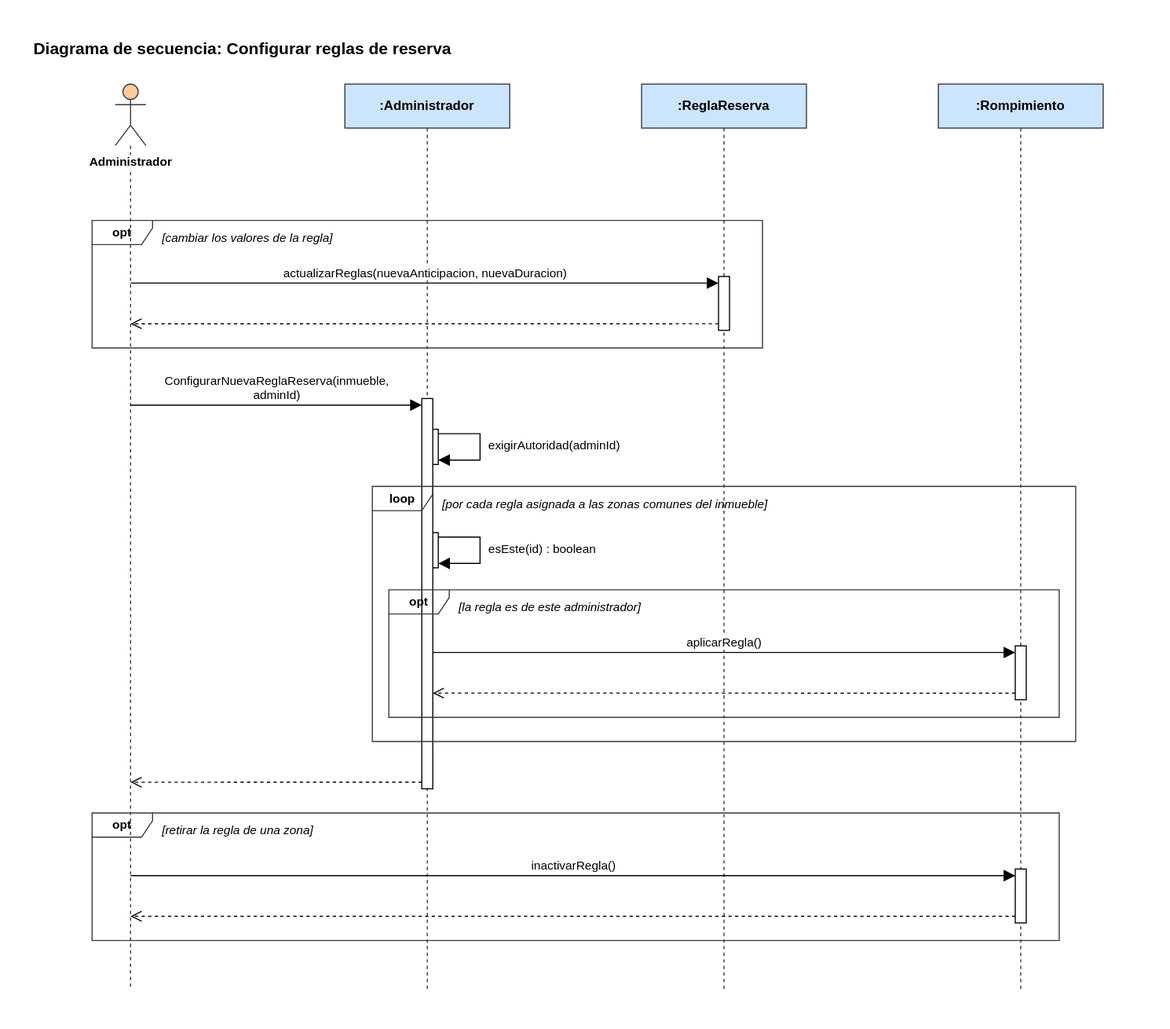
This is Diagramas/Secuencia/configurar-reglas-de-reserva.svg from manuel20051208/HorizontalSoftware-Back-End, a draw.io export, as it was before one commit. Source tidied: cells renumbered, new cells last; positions are measured from the earlier drawing's top-left corner, leaving out a move shared by most shapes.
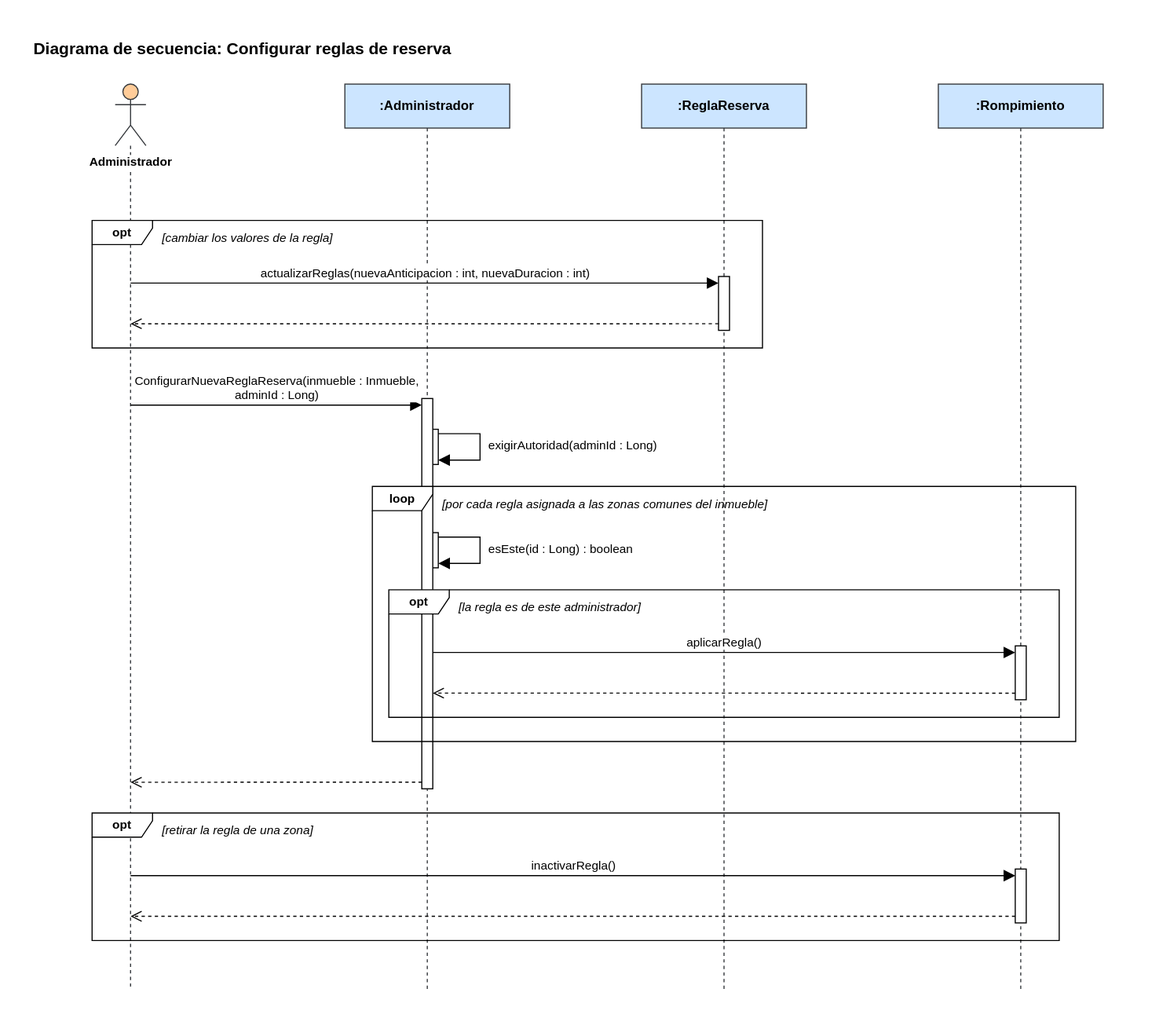
Later version of the same file.

Change to the diagram source:
```diff
@@ -35,13 +35,13 @@
     <mxCell id="12" style="html=1;points=[];perimeter=orthogonalPerimeter;fillColor=#ffffff;strokeColor=#000000;" parent="1" vertex="1">
       <mxGeometry x="895" y="762" width="10" height="49" as="geometry" />
     </mxCell>
-    <mxCell id="13" value="actualizarReglas(nuevaAnticipacion, nuevaDuracion)" style="html=1;verticalAlign=bottom;rounded=0;fontSize=11;strokeColor=#000000;endArrow=block;endFill=1;endSize=8;exitX=0.5000;exitY=0.2199;exitDx=0;exitDy=0;exitPerimeter=0;entryX=0.0000;entryY=0.1224;entryDx=0;entryDy=0;entryPerimeter=0;" parent="1" edge="1" source="3" target="7">
+    <mxCell id="13" value="actualizarReglas(nuevaAnticipacion : int, nuevaDuracion : int)" style="html=1;verticalAlign=bottom;rounded=0;fontSize=11;strokeColor=#000000;endArrow=block;endFill=1;endSize=8;exitX=0.5000;exitY=0.2199;exitDx=0;exitDy=0;exitPerimeter=0;entryX=0.0000;entryY=0.1224;entryDx=0;entryDy=0;entryPerimeter=0;" parent="1" edge="1" source="3" target="7">
       <mxGeometry relative="1" as="geometry" />
     </mxCell>
     <mxCell id="14" style="html=1;verticalAlign=bottom;rounded=0;fontSize=11;strokeColor=#000000;dashed=1;endArrow=open;endFill=0;endSize=8;exitX=0.0000;exitY=0.8776;exitDx=0;exitDy=0;exitPerimeter=0;entryX=0.5000;entryY=0.2649;entryDx=0;entryDy=0;entryPerimeter=0;" parent="1" edge="1" source="7" target="3">
       <mxGeometry relative="1" as="geometry" />
     </mxCell>
-    <mxCell id="15" value="ConfigurarNuevaReglaReserva(inmueble,&lt;br&gt;adminId)" style="html=1;verticalAlign=bottom;rounded=0;fontSize=11;strokeColor=#000000;endArrow=block;endFill=1;endSize=8;exitX=0.5000;exitY=0.3548;exitDx=0;exitDy=0;exitPerimeter=0;entryX=0.0000;entryY=0.0169;entryDx=0;entryDy=0;entryPerimeter=0;" parent="1" edge="1" source="3" target="11">
+    <mxCell id="15" value="ConfigurarNuevaReglaReserva(inmueble : Inmueble,&lt;br&gt;adminId : Long)" style="html=1;verticalAlign=bottom;rounded=0;fontSize=11;strokeColor=#000000;endArrow=block;endFill=1;endSize=8;exitX=0.5000;exitY=0.3548;exitDx=0;exitDy=0;exitPerimeter=0;entryX=0.0000;entryY=0.0169;entryDx=0;entryDy=0;entryPerimeter=0;" parent="1" edge="1" source="3" target="11">
       <mxGeometry relative="1" as="geometry" />
     </mxCell>
     <mxCell id="16" style="html=1;rounded=0;endArrow=block;endFill=1;endSize=8;strokeColor=#000000;exitX=1.0000;exitY=0.1250;exitDx=0;exitDy=0;exitPerimeter=0;entryX=1.0000;entryY=0.8750;entryDx=0;entryDy=0;entryPerimeter=0;" parent="1" edge="1" source="8" target="8">
@@ -75,22 +75,22 @@
     <mxCell id="22" style="html=1;verticalAlign=bottom;rounded=0;fontSize=11;strokeColor=#000000;dashed=1;endArrow=open;endFill=0;endSize=8;exitX=0.0000;exitY=0.8776;exitDx=0;exitDy=0;exitPerimeter=0;entryX=0.5000;entryY=0.9198;entryDx=0;entryDy=0;entryPerimeter=0;" parent="1" edge="1" source="12" target="3">
       <mxGeometry relative="1" as="geometry" />
     </mxCell>
-    <mxCell id="23" value="exigirAutoridad(adminId)" style="text;html=1;align=left;verticalAlign=top;whiteSpace=wrap;overflow=hidden;fontSize=11;" parent="1" vertex="1">
+    <mxCell id="23" value="exigirAutoridad(adminId : Long)" style="text;html=1;align=left;verticalAlign=top;whiteSpace=wrap;overflow=hidden;fontSize=11;" parent="1" vertex="1">
       <mxGeometry x="414" y="364" width="185" height="28" as="geometry" />
     </mxCell>
-    <mxCell id="24" value="esEste(id) : boolean" style="text;html=1;align=left;verticalAlign=top;whiteSpace=wrap;overflow=hidden;fontSize=11;" parent="1" vertex="1">
+    <mxCell id="24" value="esEste(id : Long) : boolean" style="text;html=1;align=left;verticalAlign=top;whiteSpace=wrap;overflow=hidden;fontSize=11;" parent="1" vertex="1">
       <mxGeometry x="414" y="458" width="185" height="28" as="geometry" />
     </mxCell>
-    <mxCell id="25" value="opt" style="shape=umlFrame;whiteSpace=wrap;html=1;fillColor=none;strokeColor=#36393d;fontStyle=1;fontSize=11;width=55;height=22;" parent="1" vertex="1">
+    <mxCell id="25" value="opt" style="shape=umlFrame;whiteSpace=wrap;html=1;fontStyle=1;fontSize=11;width=55;height=22;" parent="1" vertex="1">
       <mxGeometry x="55" y="172" width="610" height="116" as="geometry" />
     </mxCell>
-    <mxCell id="26" value="opt" style="shape=umlFrame;whiteSpace=wrap;html=1;fillColor=none;strokeColor=#36393d;fontStyle=1;fontSize=11;width=55;height=22;" parent="1" vertex="1">
+    <mxCell id="26" value="opt" style="shape=umlFrame;whiteSpace=wrap;html=1;fontStyle=1;fontSize=11;width=55;height=22;" parent="1" vertex="1">
       <mxGeometry x="325" y="508" width="610" height="116" as="geometry" />
     </mxCell>
-    <mxCell id="27" value="loop" style="shape=umlFrame;whiteSpace=wrap;html=1;fillColor=none;strokeColor=#36393d;fontStyle=1;fontSize=11;width=55;height=22;" parent="1" vertex="1">
+    <mxCell id="27" value="loop" style="shape=umlFrame;whiteSpace=wrap;html=1;fontStyle=1;fontSize=11;width=55;height=22;" parent="1" vertex="1">
       <mxGeometry x="310" y="414" width="640" height="232" as="geometry" />
     </mxCell>
-    <mxCell id="28" value="opt" style="shape=umlFrame;whiteSpace=wrap;html=1;fillColor=none;strokeColor=#36393d;fontStyle=1;fontSize=11;width=55;height=22;" parent="1" vertex="1">
+    <mxCell id="28" value="opt" style="shape=umlFrame;whiteSpace=wrap;html=1;fontStyle=1;fontSize=11;width=55;height=22;" parent="1" vertex="1">
       <mxGeometry x="55" y="711" width="880" height="116" as="geometry" />
     </mxCell>
     <mxCell id="29" value="[cambiar los valores de la regla]" style="text;html=1;align=left;verticalAlign=top;whiteSpace=wrap;fontSize=11;fontStyle=2;" parent="1" vertex="1">
```
